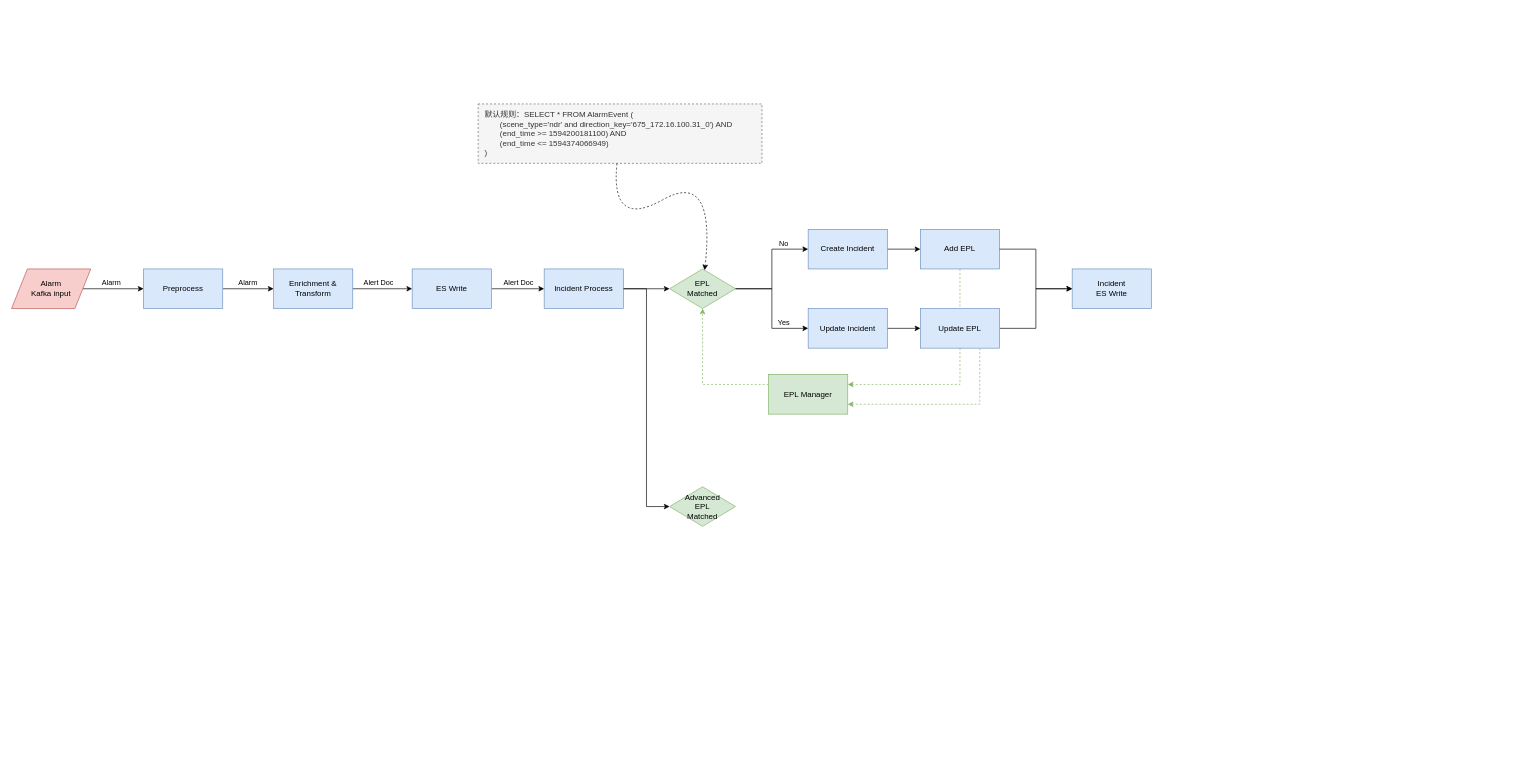
popvlovs/popvlovs-repository keeps this draw.io diagram as ICE pipeline.drawio. Above is the earlier version. Source tidied: cells renumbered, new cells numbered last; positions are measured from the earlier drawing's top-left corner, leaving out a move shared by most shapes. Both pictures are drawn from the tidied source at 66%, with x=0, y=0 at pixel (11, 104).
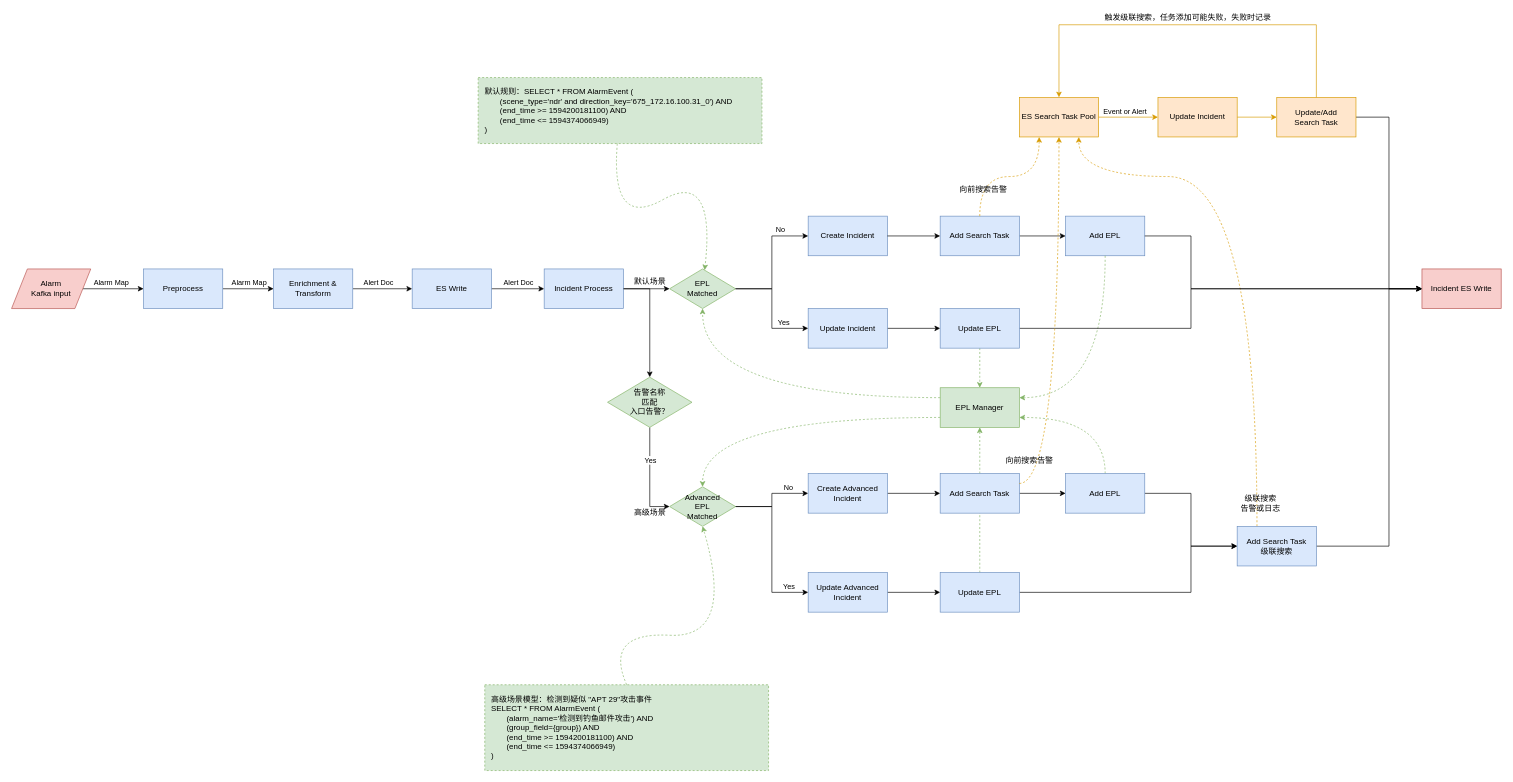
Above is the later version.

The change refers to these unchanged cells:
```xml
<mxCell id="2" style="edgeStyle=orthogonalEdgeStyle;rounded=0;jettySize=auto;html=1;" parent="1" edge="1" source="4" target="7">
  <mxGeometry relative="1" as="geometry" />
</mxCell>
<mxCell id="13" value="Incident Process" style="rounded=0;whiteSpace=wrap;html=1;fillColor=#dae8fc;strokeColor=#6c8ebf;" parent="1" vertex="1">
  <mxGeometry x="807" y="250" width="120" height="60" as="geometry" />
</mxCell>
<mxCell id="18" value="EPL&lt;br&gt;Matched" style="rhombus;whiteSpace=wrap;html=1;fillColor=#d5e8d4;strokeColor=#82b366;" parent="1" vertex="1">
  <mxGeometry x="997" y="250" width="100" height="60" as="geometry" />
</mxCell>
```

Change to the diagram source:
```diff
@@
+    <mxCell id="38" style="edgeStyle=orthogonalEdgeStyle;rounded=0;jettySize=auto;html=1;exitX=0.5;exitY=0;exitDx=0;exitDy=0;dashed=1;entryX=0.5;entryY=1;entryDx=0;entryDy=0;fillColor=#d5e8d4;strokeColor=#82b366;curved=1;" parent="1" edge="1" source="59" target="22">
+      <mxGeometry relative="1" as="geometry">
+        <Array as="points">
+          <mxPoint x="1467" y="630" />
+          <mxPoint x="1467" y="630" />
+        </Array>
+      </mxGeometry>
+    </mxCell>
+    <mxCell id="39" style="edgeStyle=orthogonalEdgeStyle;rounded=0;jettySize=auto;html=1;entryX=0.75;entryY=1;entryDx=0;entryDy=0;dashed=1;fillColor=#ffe6cc;strokeColor=#d79b00;exitX=0.25;exitY=0;exitDx=0;exitDy=0;curved=1;" parent="1" edge="1" source="61" target="63">
+      <mxGeometry relative="1" as="geometry">
+        <Array as="points">
+          <mxPoint x="1887" y="110" />
+          <mxPoint x="1617" y="110" />
+        </Array>
+      </mxGeometry>
+    </mxCell>
@@
-    <mxCell id="3" value="Alarm" style="edgeLabel;html=1;align=center;verticalAlign=middle;" parent="2" vertex="1">
+    <mxCell id="3" value="Alarm Map" style="edgeLabel;html=1;align=center;verticalAlign=middle;" parent="2" vertex="1">
       <mxGeometry x="-0.24" y="3" relative="1" as="geometry">
         <mxPoint x="7.1" y="-7" as="offset" />
       </mxGeometry>
     </mxCell>
@@
-    <mxCell id="14" value="Alarm" style="edgeLabel;html=1;align=center;verticalAlign=middle;" parent="1" vertex="1">
-      <mxGeometry x="357" y="270" as="geometry" />
+    <mxCell id="14" value="Alarm Map" style="edgeLabel;html=1;align=center;verticalAlign=middle;" parent="1" vertex="1">
+      <mxGeometry x="367" y="270" as="geometry">
+        <mxPoint x="-8" as="offset" />
+      </mxGeometry>
     </mxCell>
-    <mxCell id="15" style="edgeStyle=orthogonalEdgeStyle;rounded=0;jettySize=auto;html=1;" parent="1" edge="1" source="16" target="21">
+    <mxCell id="15" style="edgeStyle=orthogonalEdgeStyle;rounded=0;jettySize=auto;html=1;" parent="1" edge="1" source="47" target="21">
       <mxGeometry relative="1" as="geometry" />
     </mxCell>
     <mxCell id="16" value="Create Incident" style="rounded=0;whiteSpace=wrap;html=1;fillColor=#dae8fc;strokeColor=#6c8ebf;" parent="1" vertex="1">
-      <mxGeometry x="1207" y="190" width="120" height="60" as="geometry" />
+      <mxGeometry x="1207" y="170" width="120" height="60" as="geometry" />
     </mxCell>
@@
     <mxCell id="21" value="Add EPL" style="rounded=0;whiteSpace=wrap;html=1;fillColor=#dae8fc;strokeColor=#6c8ebf;" parent="1" vertex="1">
-      <mxGeometry x="1377" y="190" width="120" height="60" as="geometry" />
+      <mxGeometry x="1597" y="170" width="120" height="60" as="geometry" />
     </mxCell>
+    <mxCell id="40" style="edgeStyle=orthogonalEdgeStyle;rounded=0;jettySize=auto;html=1;strokeWidth=1;fillColor=#d5e8d4;strokeColor=#82b366;dashed=1;exitX=0;exitY=0.75;exitDx=0;exitDy=0;entryX=0.5;entryY=0;entryDx=0;entryDy=0;curved=1;" parent="1" edge="1" source="22" target="34">
+      <mxGeometry relative="1" as="geometry" />
+    </mxCell>
     <mxCell id="22" value="EPL Manager" style="rounded=0;whiteSpace=wrap;html=1;fillColor=#d5e8d4;strokeColor=#82b366;" parent="1" vertex="1">
-      <mxGeometry x="1147" y="410" width="120" height="60" as="geometry" />
+      <mxGeometry x="1407" y="430" width="120" height="60" as="geometry" />
     </mxCell>
-    <mxCell id="23" style="edgeStyle=orthogonalEdgeStyle;rounded=0;jettySize=auto;html=1;exitX=0;exitY=0.25;exitDx=0;exitDy=0;dashed=1;entryX=0.5;entryY=1;entryDx=0;entryDy=0;fillColor=#d5e8d4;strokeColor=#82b366;" parent="1" edge="1" source="22" target="18">
+    <mxCell id="23" style="edgeStyle=orthogonalEdgeStyle;rounded=0;jettySize=auto;html=1;exitX=0;exitY=0.25;exitDx=0;exitDy=0;dashed=1;entryX=0.5;entryY=1;entryDx=0;entryDy=0;fillColor=#d5e8d4;strokeColor=#82b366;curved=1;" parent="1" edge="1" source="22" target="18">
       <mxGeometry relative="1" as="geometry" />
     </mxCell>
-    <mxCell id="24" style="edgeStyle=orthogonalEdgeStyle;rounded=0;jettySize=auto;html=1;entryX=1;entryY=0.25;entryDx=0;entryDy=0;dashed=1;fillColor=#d5e8d4;strokeColor=#82b366;" parent="1" edge="1" target="22">
-      <mxGeometry relative="1" as="geometry">
-        <mxPoint x="1437" y="250" as="sourcePoint" />
-        <Array as="points">
-          <mxPoint x="1437" y="425" />
-        </Array>
-      </mxGeometry>
+    <mxCell id="24" style="edgeStyle=orthogonalEdgeStyle;rounded=0;jettySize=auto;html=1;entryX=1;entryY=0.25;entryDx=0;entryDy=0;dashed=1;fillColor=#d5e8d4;strokeColor=#82b366;exitX=0.5;exitY=1;exitDx=0;exitDy=0;curved=1;" parent="1" edge="1" source="21" target="22">
+      <mxGeometry relative="1" as="geometry" />
     </mxCell>
@@
-    <mxCell id="26" style="edgeStyle=orthogonalEdgeStyle;rounded=0;jettySize=auto;html=1;exitX=0.75;exitY=1;exitDx=0;exitDy=0;dashed=1;entryX=1;entryY=0.75;entryDx=0;entryDy=0;fillColor=#d5e8d4;strokeColor=#82b366;" parent="1" edge="1" source="31" target="22">
-      <mxGeometry relative="1" as="geometry">
-        <Array as="points">
-          <mxPoint x="1467" y="455" />
-        </Array>
-      </mxGeometry>
+    <mxCell id="26" style="edgeStyle=orthogonalEdgeStyle;rounded=0;jettySize=auto;html=1;exitX=0.5;exitY=1;exitDx=0;exitDy=0;dashed=1;entryX=0.5;entryY=0;entryDx=0;entryDy=0;fillColor=#d5e8d4;strokeColor=#82b366;curved=1;" parent="1" edge="1" source="31" target="22">
+      <mxGeometry relative="1" as="geometry" />
     </mxCell>
@@
     <mxCell id="30" style="edgeStyle=orthogonalEdgeStyle;rounded=0;jettySize=auto;html=1;exitX=1;exitY=0.5;exitDx=0;exitDy=0;entryX=0;entryY=0.5;entryDx=0;entryDy=0;" parent="1" edge="1" source="31" target="32">
-      <mxGeometry relative="1" as="geometry" />
+      <mxGeometry relative="1" as="geometry">
+        <Array as="points">
+          <mxPoint x="1787" y="340" />
+          <mxPoint x="1787" y="280" />
+        </Array>
+      </mxGeometry>
     </mxCell>
     <mxCell id="31" value="Update EPL" style="rounded=0;whiteSpace=wrap;html=1;fillColor=#dae8fc;strokeColor=#6c8ebf;" parent="1" vertex="1">
-      <mxGeometry x="1377" y="310" width="120" height="60" as="geometry" />
+      <mxGeometry x="1407" y="310" width="120" height="60" as="geometry" />
     </mxCell>
-    <mxCell id="32" value="Incident&lt;br&gt;ES Write" style="rounded=0;whiteSpace=wrap;html=1;fillColor=#dae8fc;strokeColor=#6c8ebf;" parent="1" vertex="1">
-      <mxGeometry x="1607" y="250" width="120" height="60" as="geometry" />
+    <mxCell id="32" value="Incident ES Write" style="rounded=0;whiteSpace=wrap;html=1;fillColor=#f8cecc;strokeColor=#b85450;" parent="1" vertex="1">
+      <mxGeometry x="2137" y="250" width="120" height="60" as="geometry" />
     </mxCell>
     <mxCell id="33" style="edgeStyle=orthogonalEdgeStyle;rounded=0;jettySize=auto;html=1;exitX=1;exitY=0.5;exitDx=0;exitDy=0;entryX=0;entryY=0.5;entryDx=0;entryDy=0;" parent="1" edge="1" source="21" target="32">
-      <mxGeometry relative="1" as="geometry" />
+      <mxGeometry relative="1" as="geometry">
+        <Array as="points">
+          <mxPoint x="1787" y="200" />
+          <mxPoint x="1787" y="280" />
+        </Array>
+      </mxGeometry>
     </mxCell>
+    <mxCell id="41" style="edgeStyle=orthogonalEdgeStyle;rounded=0;jettySize=auto;html=1;entryX=0;entryY=0.5;entryDx=0;entryDy=0;" parent="1" edge="1" source="34" target="46">
+      <mxGeometry relative="1" as="geometry" />
+    </mxCell>
+    <mxCell id="42" value="No" style="edgeLabel;html=1;align=center;verticalAlign=middle;direction=east;" parent="41" vertex="1">
+      <mxGeometry x="0.39" relative="1" as="geometry">
+        <mxPoint x="9.7" y="-10" as="offset" />
+      </mxGeometry>
+    </mxCell>
-    <mxCell id="34" value="Advanced&lt;br&gt;EPL&lt;br&gt;Matched" style="rhombus;whiteSpace=wrap;html=1;fillColor=#d5e8d4;strokeColor=#82b366;" parent="1" vertex="1">
+    <mxCell id="34" value="Advanced&lt;br&gt;EPL&lt;br&gt;Matched" style="rhombus;whiteSpace=wrap;html=1;fillColor=#d5e8d4;strokeColor=#82b366;direction=east;" parent="1" vertex="1">
       <mxGeometry x="997" y="580" width="100" height="60" as="geometry" />
     </mxCell>
-    <mxCell id="35" style="edgeStyle=orthogonalEdgeStyle;rounded=0;jettySize=auto;html=1;exitX=1;exitY=0.5;exitDx=0;exitDy=0;entryX=0;entryY=0.5;entryDx=0;entryDy=0;" parent="1" edge="1" source="13" target="34">
-      <mxGeometry relative="1" as="geometry" />
-    </mxCell>
-    <mxCell id="36" value="默认规则：SELECT * FROM AlarmEvent (&lt;br&gt;&amp;nbsp; &amp;nbsp; &amp;nbsp; &amp;nbsp;(scene_type='ndr' and direction_key='675_172.16.100.31_0') AND &lt;br&gt;&amp;nbsp; &amp;nbsp; &amp;nbsp; &amp;nbsp;(end_time &amp;gt;= 1594200181100) AND&lt;br&gt;&amp;nbsp; &amp;nbsp; &amp;nbsp; &amp;nbsp;(end_time &amp;lt;= 1594374066949)&lt;br&gt;)" style="text;html=1;align=left;verticalAlign=middle;whiteSpace=wrap;rounded=0;fillColor=#f5f5f5;strokeColor=#666666;fontColor=#333333;spacing=10;dashed=1;" parent="1" vertex="1">
-      <mxGeometry x="707" width="430" height="90" as="geometry" />
+    <mxCell id="36" value="默认规则：SELECT * FROM AlarmEvent (&lt;br&gt;&amp;nbsp; &amp;nbsp; &amp;nbsp; &amp;nbsp;(scene_type='ndr' and direction_key='675_172.16.100.31_0') AND &lt;br&gt;&amp;nbsp; &amp;nbsp; &amp;nbsp; &amp;nbsp;(end_time &amp;gt;= 1594200181100) AND&lt;br&gt;&amp;nbsp; &amp;nbsp; &amp;nbsp; &amp;nbsp;(end_time &amp;lt;= 1594374066949)&lt;br&gt;)" style="text;html=1;align=left;verticalAlign=middle;whiteSpace=wrap;rounded=0;fillColor=#d5e8d4;strokeColor=#82b366;spacing=10;dashed=1;" parent="1" vertex="1">
+      <mxGeometry x="707" y="-40" width="430" height="100" as="geometry" />
     </mxCell>
-    <mxCell id="37" style="curved=1;endArrow=classic;html=1;dashed=1;" parent="1" edge="1" source="36" target="18">
+    <mxCell id="37" style="curved=1;endArrow=classic;html=1;dashed=1;fillColor=#d5e8d4;strokeColor=#82b366;" parent="1" edge="1" source="36" target="18">
       <mxGeometry relative="1" as="geometry">
         <Array as="points">
           <mxPoint x="907" y="190" />
           <mxPoint x="1067" y="100" />
         </Array>
       </mxGeometry>
     </mxCell>
+    <mxCell id="43" value="高级场景模型：检测到疑似 &quot;APT 29&quot;攻击事件&lt;br&gt;SELECT * FROM AlarmEvent (&lt;br&gt;&amp;nbsp; &amp;nbsp; &amp;nbsp; &amp;nbsp;(alarm_name='检测到钓鱼邮件攻击') AND&lt;br&gt;&amp;nbsp; &amp;nbsp; &amp;nbsp; &amp;nbsp;(group_field={group}) AND&amp;nbsp;&amp;nbsp;&lt;br&gt;&amp;nbsp; &amp;nbsp; &amp;nbsp; &amp;nbsp;(end_time &amp;gt;= 1594200181100) AND&lt;br&gt;&amp;nbsp; &amp;nbsp; &amp;nbsp; &amp;nbsp;(end_time &amp;lt;= 1594374066949)&lt;br&gt;)" style="text;html=1;align=left;verticalAlign=middle;whiteSpace=wrap;rounded=0;fillColor=#d5e8d4;strokeColor=#82b366;spacing=10;dashed=1;direction=east;" parent="1" vertex="1">
+      <mxGeometry x="717" y="880" width="430" height="130" as="geometry" />
+    </mxCell>
+    <mxCell id="44" style="curved=1;endArrow=classic;html=1;dashed=1;exitX=0.5;exitY=0;exitDx=0;exitDy=0;entryX=0.5;entryY=1;entryDx=0;entryDy=0;fillColor=#d5e8d4;strokeColor=#82b366;" parent="1" edge="1" source="43" target="34">
+      <mxGeometry relative="1" as="geometry">
+        <Array as="points">
+          <mxPoint x="897" y="800" />
+          <mxPoint x="1097" y="810" />
+        </Array>
+      </mxGeometry>
+    </mxCell>
+    <mxCell id="45" style="edgeStyle=orthogonalEdgeStyle;rounded=0;jettySize=auto;html=1;strokeWidth=1;" parent="1" edge="1" source="46" target="53">
+      <mxGeometry relative="1" as="geometry" />
+    </mxCell>
+    <mxCell id="46" value="Create Advanced Incident" style="rounded=0;whiteSpace=wrap;html=1;fillColor=#dae8fc;strokeColor=#6c8ebf;direction=east;" parent="1" vertex="1">
+      <mxGeometry x="1207" y="560" width="120" height="60" as="geometry" />
+    </mxCell>
+    <mxCell id="47" value="Add Search Task&lt;br&gt;" style="rounded=0;whiteSpace=wrap;html=1;fillColor=#dae8fc;strokeColor=#6c8ebf;" parent="1" vertex="1">
+      <mxGeometry x="1407" y="170" width="120" height="60" as="geometry" />
+    </mxCell>
+    <mxCell id="48" style="edgeStyle=orthogonalEdgeStyle;rounded=0;jettySize=auto;html=1;" parent="1" edge="1" source="16" target="47">
+      <mxGeometry relative="1" as="geometry" />
+    </mxCell>
+    <mxCell id="49" style="edgeStyle=orthogonalEdgeStyle;rounded=0;jettySize=auto;html=1;strokeWidth=1;entryX=1;entryY=0.75;entryDx=0;entryDy=0;exitX=0.5;exitY=0;exitDx=0;exitDy=0;fillColor=#d5e8d4;strokeColor=#82b366;dashed=1;curved=1;" parent="1" edge="1" source="51" target="22">
+      <mxGeometry relative="1" as="geometry" />
+    </mxCell>
+    <mxCell id="50" style="edgeStyle=orthogonalEdgeStyle;rounded=0;jettySize=auto;html=1;strokeWidth=1;entryX=0;entryY=0.5;entryDx=0;entryDy=0;" parent="1" edge="1" source="51" target="61">
+      <mxGeometry relative="1" as="geometry" />
+    </mxCell>
+    <mxCell id="51" value="Add EPL" style="rounded=0;whiteSpace=wrap;html=1;fillColor=#dae8fc;strokeColor=#6c8ebf;direction=east;" parent="1" vertex="1">
+      <mxGeometry x="1597" y="560" width="120" height="60" as="geometry" />
+    </mxCell>
+    <mxCell id="52" style="edgeStyle=orthogonalEdgeStyle;rounded=0;jettySize=auto;html=1;strokeWidth=1;" parent="1" edge="1" source="53" target="51">
+      <mxGeometry relative="1" as="geometry" />
+    </mxCell>
+    <mxCell id="53" value="Add Search Task" style="rounded=0;whiteSpace=wrap;html=1;fillColor=#dae8fc;strokeColor=#6c8ebf;direction=east;" parent="1" vertex="1">
+      <mxGeometry x="1407" y="560" width="120" height="60" as="geometry" />
+    </mxCell>
+    <mxCell id="54" style="edgeStyle=orthogonalEdgeStyle;rounded=0;jettySize=auto;html=1;strokeWidth=1;" parent="1" edge="1" source="55" target="59">
+      <mxGeometry relative="1" as="geometry" />
+    </mxCell>
+    <mxCell id="55" value="Update Advanced Incident" style="rounded=0;whiteSpace=wrap;html=1;fillColor=#dae8fc;strokeColor=#6c8ebf;direction=east;" parent="1" vertex="1">
+      <mxGeometry x="1207" y="710" width="120" height="60" as="geometry" />
+    </mxCell>
+    <mxCell id="56" style="edgeStyle=orthogonalEdgeStyle;rounded=0;jettySize=auto;html=1;entryX=0;entryY=0.5;entryDx=0;entryDy=0;exitX=1;exitY=0.5;exitDx=0;exitDy=0;" parent="1" edge="1" source="34" target="55">
+      <mxGeometry relative="1" as="geometry" />
+    </mxCell>
+    <mxCell id="57" value="Yes" style="edgeLabel;html=1;align=center;verticalAlign=middle;direction=east;" parent="56" vertex="1">
+      <mxGeometry x="0.39" relative="1" as="geometry">
+        <mxPoint x="25" y="8.1" as="offset" />
+      </mxGeometry>
+    </mxCell>
+    <mxCell id="58" style="edgeStyle=orthogonalEdgeStyle;rounded=0;jettySize=auto;html=1;strokeWidth=1;entryX=0;entryY=0.5;entryDx=0;entryDy=0;exitX=1;exitY=0.5;exitDx=0;exitDy=0;" parent="1" edge="1" source="59" target="61">
+      <mxGeometry relative="1" as="geometry">
+        <Array as="points">
+          <mxPoint x="1787" y="740" />
+          <mxPoint x="1787" y="670" />
+        </Array>
+      </mxGeometry>
+    </mxCell>
+    <mxCell id="59" value="Update EPL" style="rounded=0;whiteSpace=wrap;html=1;fillColor=#dae8fc;strokeColor=#6c8ebf;direction=east;" parent="1" vertex="1">
+      <mxGeometry x="1407" y="710" width="120" height="60" as="geometry" />
+    </mxCell>
+    <mxCell id="60" style="edgeStyle=orthogonalEdgeStyle;rounded=0;jettySize=auto;html=1;strokeWidth=1;entryX=0;entryY=0.5;entryDx=0;entryDy=0;" parent="1" edge="1" source="61" target="32">
+      <mxGeometry relative="1" as="geometry">
+        <Array as="points">
+          <mxPoint x="2087" y="670" />
+          <mxPoint x="2087" y="280" />
+        </Array>
+      </mxGeometry>
+    </mxCell>
+    <mxCell id="61" value="Add Search Task&lt;br&gt;级联搜索" style="rounded=0;whiteSpace=wrap;html=1;fillColor=#dae8fc;strokeColor=#6c8ebf;direction=east;" parent="1" vertex="1">
+      <mxGeometry x="1857" y="640" width="120" height="60" as="geometry" />
+    </mxCell>
+    <mxCell id="62" style="edgeStyle=orthogonalEdgeStyle;rounded=0;jettySize=auto;html=1;exitX=1;exitY=0.5;exitDx=0;exitDy=0;" parent="1" edge="1" source="13" target="80">
+      <mxGeometry relative="1" as="geometry" />
+    </mxCell>
+    <mxCell id="63" value="ES Search Task Pool" style="rounded=0;whiteSpace=wrap;html=1;fillColor=#ffe6cc;strokeColor=#d79b00;" parent="1" vertex="1">
+      <mxGeometry x="1527" y="-10" width="120" height="60" as="geometry" />
+    </mxCell>
+    <mxCell id="64" style="edgeStyle=orthogonalEdgeStyle;rounded=0;jettySize=auto;html=1;entryX=0.25;entryY=1;entryDx=0;entryDy=0;dashed=1;fillColor=#ffe6cc;strokeColor=#d79b00;curved=1;exitX=0.5;exitY=0;exitDx=0;exitDy=0;" parent="1" edge="1" source="47" target="63">
+      <mxGeometry relative="1" as="geometry">
+        <Array as="points">
+          <mxPoint x="1467" y="110" />
+          <mxPoint x="1557" y="110" />
+        </Array>
+      </mxGeometry>
+    </mxCell>
+    <mxCell id="65" style="edgeStyle=orthogonalEdgeStyle;rounded=0;jettySize=auto;html=1;entryX=0.5;entryY=1;entryDx=0;entryDy=0;dashed=1;fillColor=#ffe6cc;strokeColor=#d79b00;exitX=1;exitY=0.25;exitDx=0;exitDy=0;curved=1;" parent="1" edge="1" source="53" target="63">
+      <mxGeometry relative="1" as="geometry" />
+    </mxCell>
+    <mxCell id="66" style="edgeStyle=orthogonalEdgeStyle;rounded=0;sketch=0;jettySize=auto;html=1;shadow=0;strokeWidth=1;fillColor=#ffe6cc;strokeColor=#d79b00;" parent="1" edge="1" source="67" target="71">
+      <mxGeometry relative="1" as="geometry" />
+    </mxCell>
+    <mxCell id="67" value="Update Incident" style="rounded=0;whiteSpace=wrap;html=1;fillColor=#ffe6cc;strokeColor=#d79b00;" parent="1" vertex="1">
+      <mxGeometry x="1737" y="-10" width="120" height="60" as="geometry" />
+    </mxCell>
+    <mxCell id="68" style="edgeStyle=orthogonalEdgeStyle;rounded=0;jettySize=auto;html=1;exitX=1;exitY=0.5;exitDx=0;exitDy=0;entryX=0;entryY=0.5;entryDx=0;entryDy=0;fillColor=#ffe6cc;strokeColor=#d79b00;" parent="1" edge="1" source="63" target="67">
+      <mxGeometry relative="1" as="geometry" />
+    </mxCell>
+    <mxCell id="69" value="Event or Alert" style="edgeLabel;html=1;align=center;verticalAlign=middle;" parent="68" vertex="1">
+      <mxGeometry x="-0.19" y="-1" relative="1" as="geometry">
+        <mxPoint x="3" y="-11" as="offset" />
+      </mxGeometry>
+    </mxCell>
+    <mxCell id="70" style="edgeStyle=orthogonalEdgeStyle;rounded=0;jettySize=auto;html=1;exitX=1;exitY=0.5;exitDx=0;exitDy=0;entryX=0;entryY=0.5;entryDx=0;entryDy=0;" parent="1" edge="1" source="71" target="32">
+      <mxGeometry relative="1" as="geometry" />
+    </mxCell>
+    <mxCell id="71" value="Update/Add&lt;br&gt;Search Task" style="rounded=0;whiteSpace=wrap;html=1;fillColor=#ffe6cc;strokeColor=#d79b00;" parent="1" vertex="1">
+      <mxGeometry x="1917" y="-10" width="120" height="60" as="geometry" />
+    </mxCell>
+    <mxCell id="72" style="edgeStyle=orthogonalEdgeStyle;rounded=0;sketch=0;jettySize=auto;html=1;shadow=0;strokeWidth=1;exitX=0.5;exitY=0;exitDx=0;exitDy=0;entryX=0.5;entryY=0;entryDx=0;entryDy=0;fillColor=#ffe6cc;strokeColor=#d79b00;" parent="1" edge="1" source="71" target="63">
+      <mxGeometry relative="1" as="geometry">
+        <Array as="points">
+          <mxPoint x="1977" y="-120" />
+          <mxPoint x="1587" y="-120" />
+        </Array>
+      </mxGeometry>
+    </mxCell>
+    <mxCell id="73" value="默认场景" style="text;html=1;align=center;verticalAlign=middle;" parent="1" vertex="1">
+      <mxGeometry x="937" y="260" width="60" height="20" as="geometry" />
+    </mxCell>
+    <mxCell id="74" value="高级场景" style="text;html=1;align=center;verticalAlign=middle;" parent="1" vertex="1">
+      <mxGeometry x="937" y="610" width="60" height="20" as="geometry" />
+    </mxCell>
+    <mxCell id="75" value="向前搜索告警" style="text;html=1;align=center;verticalAlign=middle;" parent="1" vertex="1">
+      <mxGeometry x="1427" y="120" width="90" height="20" as="geometry" />
+    </mxCell>
+    <mxCell id="76" value="向前搜索告警" style="text;html=1;align=center;verticalAlign=middle;" parent="1" vertex="1">
+      <mxGeometry x="1497" y="530" width="90" height="20" as="geometry" />
+    </mxCell>
+    <mxCell id="77" value="级联搜索&lt;br&gt;告警或日志" style="text;html=1;align=center;verticalAlign=middle;" parent="1" vertex="1">
+      <mxGeometry x="1852" y="590" width="80" height="30" as="geometry" />
+    </mxCell>
+    <mxCell id="78" style="edgeStyle=orthogonalEdgeStyle;rounded=0;sketch=0;jettySize=auto;html=1;shadow=0;strokeWidth=1;entryX=0;entryY=0.5;entryDx=0;entryDy=0;" parent="1" edge="1" source="80" target="34">
+      <mxGeometry relative="1" as="geometry" />
+    </mxCell>
+    <mxCell id="79" value="Yes" style="edgeLabel;html=1;align=center;verticalAlign=middle;" parent="78" vertex="1">
+      <mxGeometry x="-0.33" y="4" relative="1" as="geometry">
+        <mxPoint x="-4" y="-0.8" as="offset" />
+      </mxGeometry>
+    </mxCell>
+    <mxCell id="80" value="告警名称&lt;br&gt;匹配&lt;br&gt;入口告警？" style="rhombus;whiteSpace=wrap;html=1;fillColor=#d5e8d4;strokeColor=#82b366;direction=east;" parent="1" vertex="1">
+      <mxGeometry x="903" y="414" width="128" height="76" as="geometry" />
+    </mxCell>
+    <mxCell id="81" value="触发级联搜索，任务添加可能失败，失败时记录" style="text;html=1;align=center;verticalAlign=middle;" parent="1" vertex="1">
+      <mxGeometry x="1617" y="-140" width="330" height="20" as="geometry" />
+    </mxCell>
```
